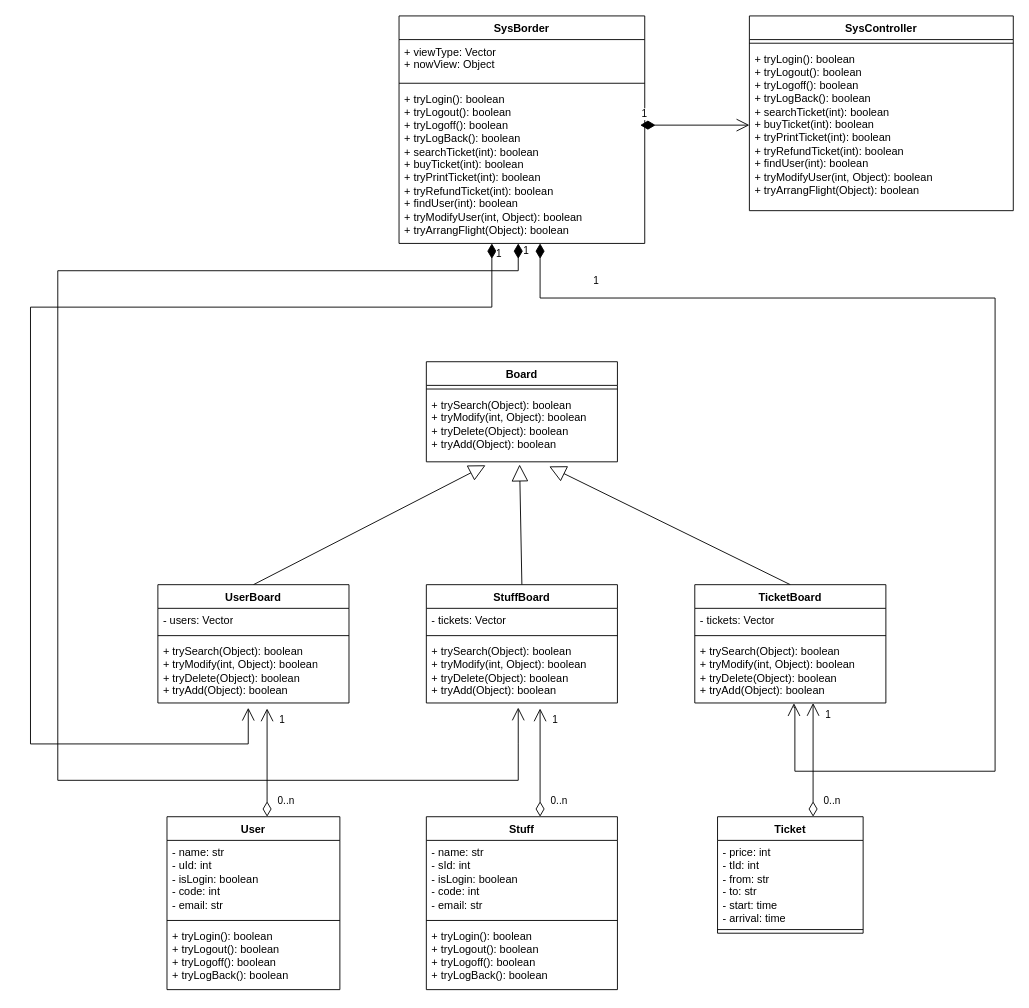
Before: 类图.drawio in ZhangShuui/ForDrawIo, a draw.io diagram. Source tidied: cells renumbered, new cells numbered last; positions are measured from the earlier drawing's top-left corner, leaving out a move shared by most shapes. Both pictures are drawn from the tidied source at 91%, with x=0, y=0 at pixel (30, 15).
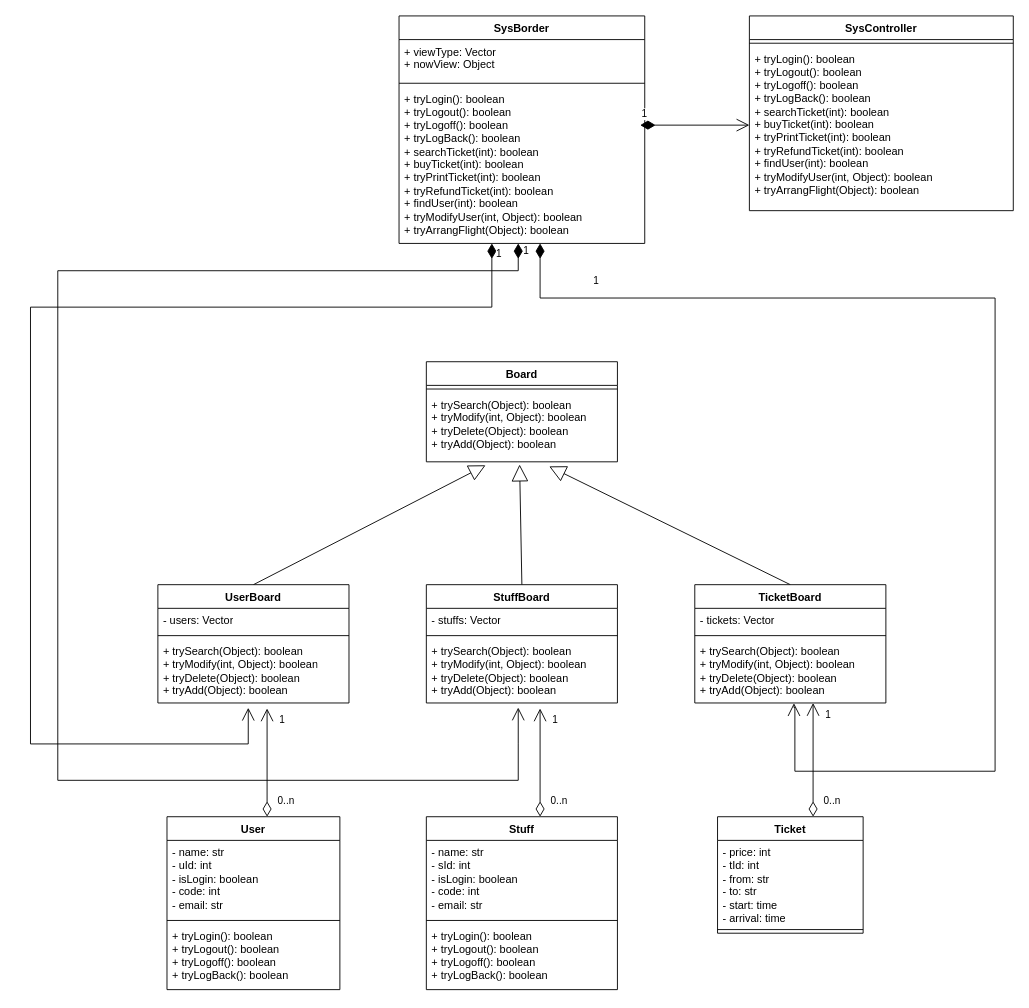
Above is the later version.

Unchanged cells that the change refers to:
```xml
<mxCell id="38" value="StuffBoard" style="swimlane;fontStyle=1;align=center;verticalAlign=top;horizontal=1;startSize=26;whiteSpace=wrap;html=1;" parent="1" vertex="1">
  <mxGeometry x="435" y="625" width="210" height="130" as="geometry" />
</mxCell>
```

Diff of the diagram source:
```diff
@@
-    <mxCell id="39" value="- tickets: Vector" style="text;strokeColor=none;fillColor=none;align=left;verticalAlign=top;spacingLeft=4;spacingRight=4;overflow=hidden;whiteSpace=wrap;html=1;" parent="38" vertex="1">
+    <mxCell id="39" value="- stuffs: Vector" style="text;strokeColor=none;fillColor=none;align=left;verticalAlign=top;spacingLeft=4;spacingRight=4;overflow=hidden;whiteSpace=wrap;html=1;" parent="38" vertex="1">
       <mxGeometry y="26" width="210" height="26" as="geometry" />
     </mxCell>
```
